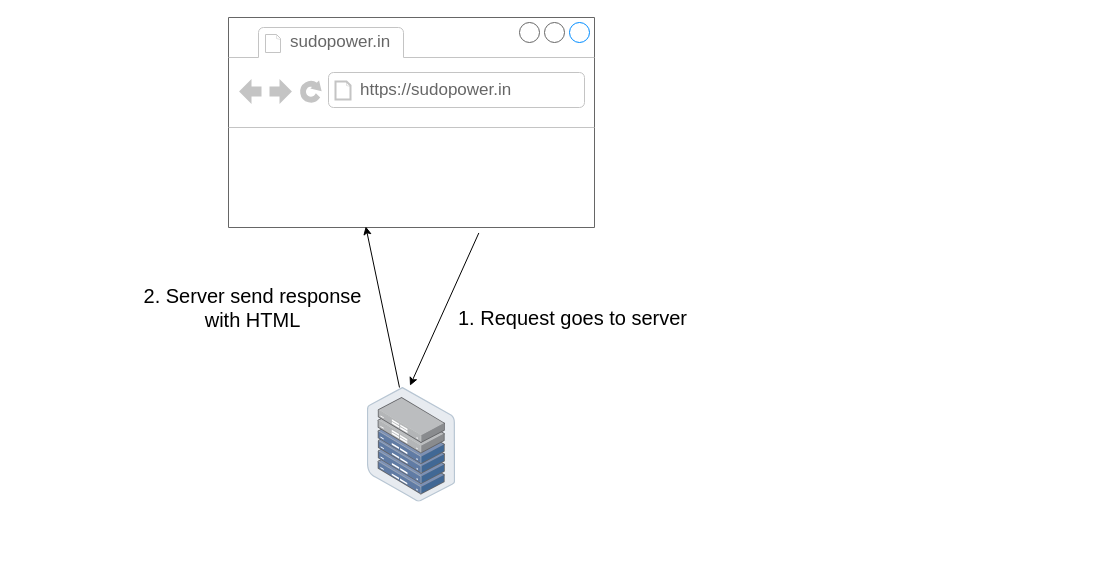
Above: page "SSR" (1 of 2) of old_new_applications_flask.drawio in sudopwr/diagrams (draw.io), before the change. Source tidied: cells renumbered, new cells numbered last; positions are measured from the earlier drawing's top-left corner, leaving out a move shared by most shapes. Both pictures are drawn from the tidied source at 100%, with x=0, y=0 at pixel (132, 17).
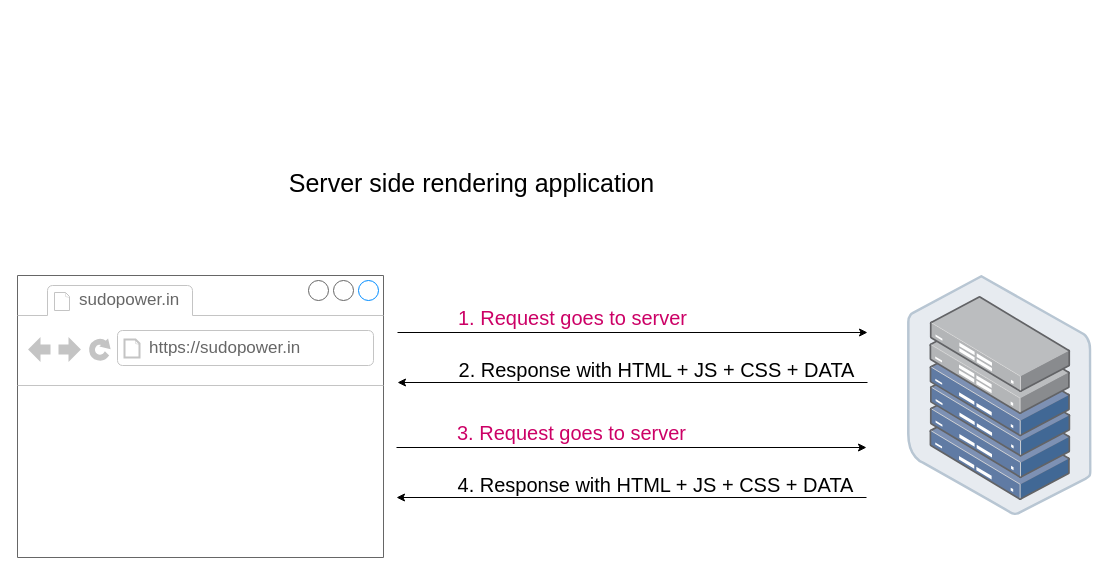
The same page after the edit.

What changed in the source:
```diff
@@
 <mxGraphModel>
   <root>
     <mxCell id="0" />
     <mxCell id="1" parent="0" />
-    <mxCell id="2" style="strokeWidth=1;shadow=0;dashed=0;align=center;html=1;shape=mxgraph.mockup.containers.browserWindow;rSize=0;strokeColor=#666666;strokeColor2=#008cff;strokeColor3=#c4c4c4;mainText=,;" parent="1" vertex="1">
-      <mxGeometry x="96" width="366" height="210" as="geometry" />
-    </mxCell>
+    <mxCell id="10" value="Server side rendering application" style="text;html=1;align=center;verticalAlign=middle;strokeColor=none;fillColor=none;fontSize=25;" parent="1" vertex="1">
+      <mxGeometry x="144" y="145" width="390" height="40" as="geometry" />
+    </mxCell>
+    <mxCell id="11" style="strokeWidth=1;shadow=0;dashed=0;align=center;html=1;shape=mxgraph.mockup.containers.browserWindow;rSize=0;strokeColor=#666666;strokeColor2=#008cff;strokeColor3=#c4c4c4;mainText=,;" parent="1" vertex="1">
+      <mxGeometry x="-115" y="258" width="366" height="282" as="geometry" />
+    </mxCell>
-    <mxCell id="3" value="sudopower.in" style="strokeWidth=1;shadow=0;dashed=0;align=center;html=1;shape=mxgraph.mockup.containers.anchor;fontSize=17;fontColor=#666666;align=left;whiteSpace=wrap;" parent="2" vertex="1">
+    <mxCell id="3" value="sudopower.in" style="strokeWidth=1;shadow=0;dashed=0;align=center;html=1;shape=mxgraph.mockup.containers.anchor;fontSize=17;fontColor=#666666;align=left;whiteSpace=wrap;" parent="11" vertex="1">
       <mxGeometry x="60" y="12" width="110" height="26" as="geometry" />
     </mxCell>
-    <mxCell id="4" value="https://sudopower.in" style="strokeWidth=1;shadow=0;dashed=0;align=center;html=1;shape=mxgraph.mockup.containers.anchor;rSize=0;fontSize=17;fontColor=#666666;align=left;" parent="2" vertex="1">
+    <mxCell id="4" value="https://sudopower.in" style="strokeWidth=1;shadow=0;dashed=0;align=center;html=1;shape=mxgraph.mockup.containers.anchor;rSize=0;fontSize=17;fontColor=#666666;align=left;" parent="11" vertex="1">
       <mxGeometry x="130" y="60" width="250" height="26" as="geometry" />
     </mxCell>
-    <mxCell id="5" style="image;points=[];html=1;align=center;shadow=0;dashed=0;image=img/lib/allied_telesis/storage/Datacenter_Server_Half_Rack_ToR.svg;" parent="1" vertex="1">
-      <mxGeometry x="234.9" y="370" width="88.2" height="114.6" as="geometry" />
-    </mxCell>
-    <mxCell id="6" style="edgeStyle=none;jettySize=auto;html=1;rounded=0;exitX=0.684;exitY=1.026;exitDx=0;exitDy=0;exitPerimeter=0;entryX=0.483;entryY=-0.016;entryDx=0;entryDy=0;entryPerimeter=0;" parent="1" edge="1" source="2" target="5">
-      <mxGeometry relative="1" as="geometry" />
-    </mxCell>
+    <mxCell id="12" style="image;html=1;align=center;shadow=0;dashed=0;image=img/lib/allied_telesis/storage/Datacenter_Server_Half_Rack_ToR.svg;" parent="1" vertex="1">
+      <mxGeometry x="775" y="258" width="184.7" height="240" as="geometry" />
+    </mxCell>
+    <mxCell id="13" style="edgeStyle=none;orthogonalLoop=1;jettySize=auto;html=1;rounded=0;" parent="1" edge="1">
+      <mxGeometry relative="1" as="geometry">
+        <mxPoint x="265" y="315" as="sourcePoint" />
+        <mxPoint x="735" y="315" as="targetPoint" />
+      </mxGeometry>
+    </mxCell>
-    <mxCell id="7" value="1. Request goes to server" style="text;html=1;align=center;verticalAlign=middle;strokeColor=none;fillColor=none;fontSize=20;" parent="1" vertex="1">
+    <mxCell id="7" value="1. Request goes to server" style="text;html=1;align=center;verticalAlign=middle;strokeColor=none;fillColor=none;fontSize=20;fontColor=#CC0066;" parent="1" vertex="1">
       <mxGeometry x="315" y="280" width="250" height="40" as="geometry" />
     </mxCell>
-    <mxCell id="8" style="edgeStyle=none;jettySize=auto;html=1;rounded=0;entryX=0.375;entryY=0.995;entryDx=0;entryDy=0;entryPerimeter=0;" parent="1" edge="1" source="5" target="2">
-      <mxGeometry relative="1" as="geometry" />
-    </mxCell>
-    <mxCell id="9" value="2. Server send response&lt;br&gt;with HTML" style="text;html=1;align=center;verticalAlign=middle;strokeColor=none;fillColor=none;fontSize=20;" parent="1" vertex="1">
-      <mxGeometry y="260" width="240" height="60" as="geometry" />
-    </mxCell>
+    <mxCell id="14" style="edgeStyle=none;orthogonalLoop=1;jettySize=auto;html=1;rounded=0;" parent="1" edge="1">
+      <mxGeometry relative="1" as="geometry">
+        <mxPoint x="735" y="365" as="sourcePoint" />
+        <mxPoint x="265" y="365" as="targetPoint" />
+      </mxGeometry>
+    </mxCell>
+    <mxCell id="15" value="2. Response with HTML + JS + CSS + DATA" style="text;html=1;align=center;verticalAlign=middle;strokeColor=none;fillColor=none;fontSize=20;" parent="1" vertex="1">
+      <mxGeometry x="314" y="332" width="420" height="40" as="geometry" />
+    </mxCell>
+    <mxCell id="16" style="edgeStyle=none;orthogonalLoop=1;jettySize=auto;html=1;rounded=0;" parent="1" edge="1">
+      <mxGeometry relative="1" as="geometry">
+        <mxPoint x="264" y="430" as="sourcePoint" />
+        <mxPoint x="734" y="430" as="targetPoint" />
+      </mxGeometry>
+    </mxCell>
+    <mxCell id="17" value="3. Request goes to server" style="text;html=1;align=center;verticalAlign=middle;strokeColor=none;fillColor=none;fontSize=20;fontColor=#CC0066;" parent="1" vertex="1">
+      <mxGeometry x="314" y="395" width="250" height="40" as="geometry" />
+    </mxCell>
+    <mxCell id="18" style="edgeStyle=none;orthogonalLoop=1;jettySize=auto;html=1;rounded=0;" parent="1" edge="1">
+      <mxGeometry relative="1" as="geometry">
+        <mxPoint x="734" y="480" as="sourcePoint" />
+        <mxPoint x="264" y="480" as="targetPoint" />
+      </mxGeometry>
+    </mxCell>
+    <mxCell id="19" value="4. Response with HTML + JS + CSS + DATA" style="text;html=1;align=center;verticalAlign=middle;strokeColor=none;fillColor=none;fontSize=20;" parent="1" vertex="1">
+      <mxGeometry x="313" y="447" width="420" height="40" as="geometry" />
+    </mxCell>
   </root>
 </mxGraphModel>
```
